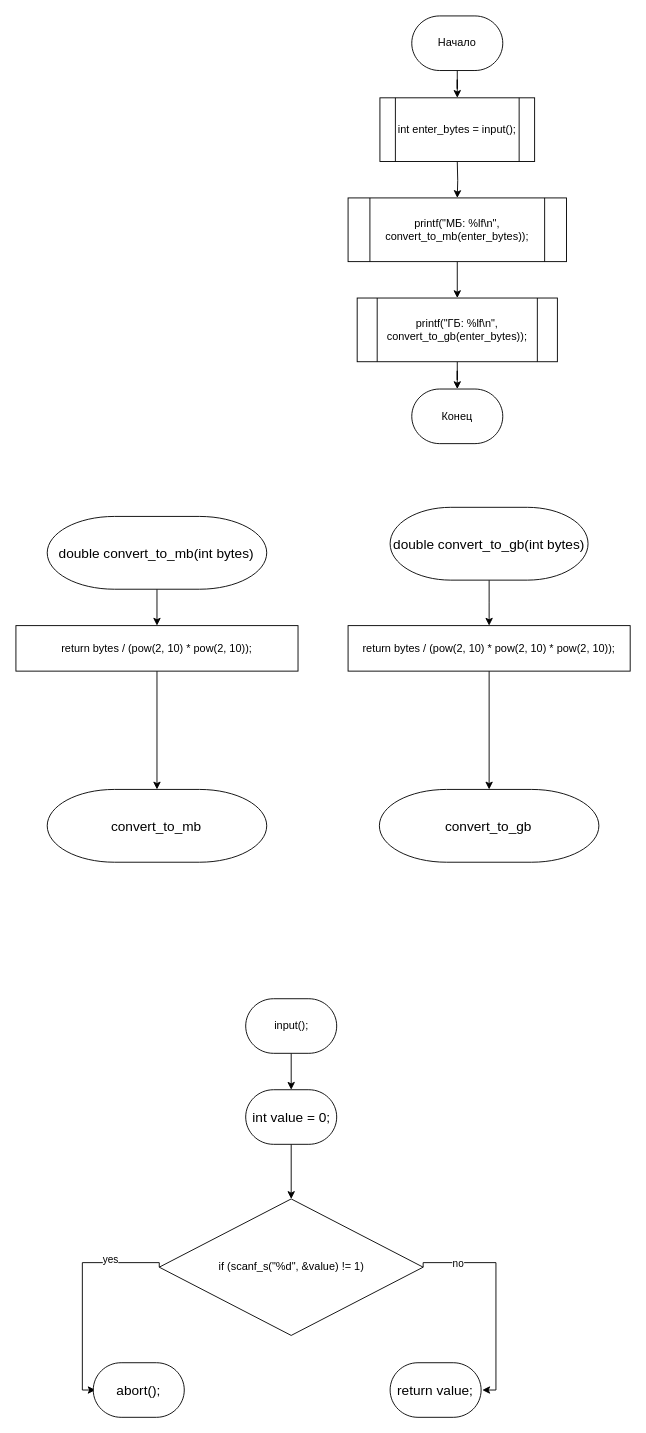
The draw.io diagram cringe 1_2.drawio in Petrino411/TasksCPP, before the edit. Source tidied: cells renumbered, new cells numbered last; positions are measured from the earlier drawing's top-left corner, leaving out a move shared by most shapes. Both pictures are drawn from the tidied source at 91%, with x=0, y=0 at pixel (15, 15).
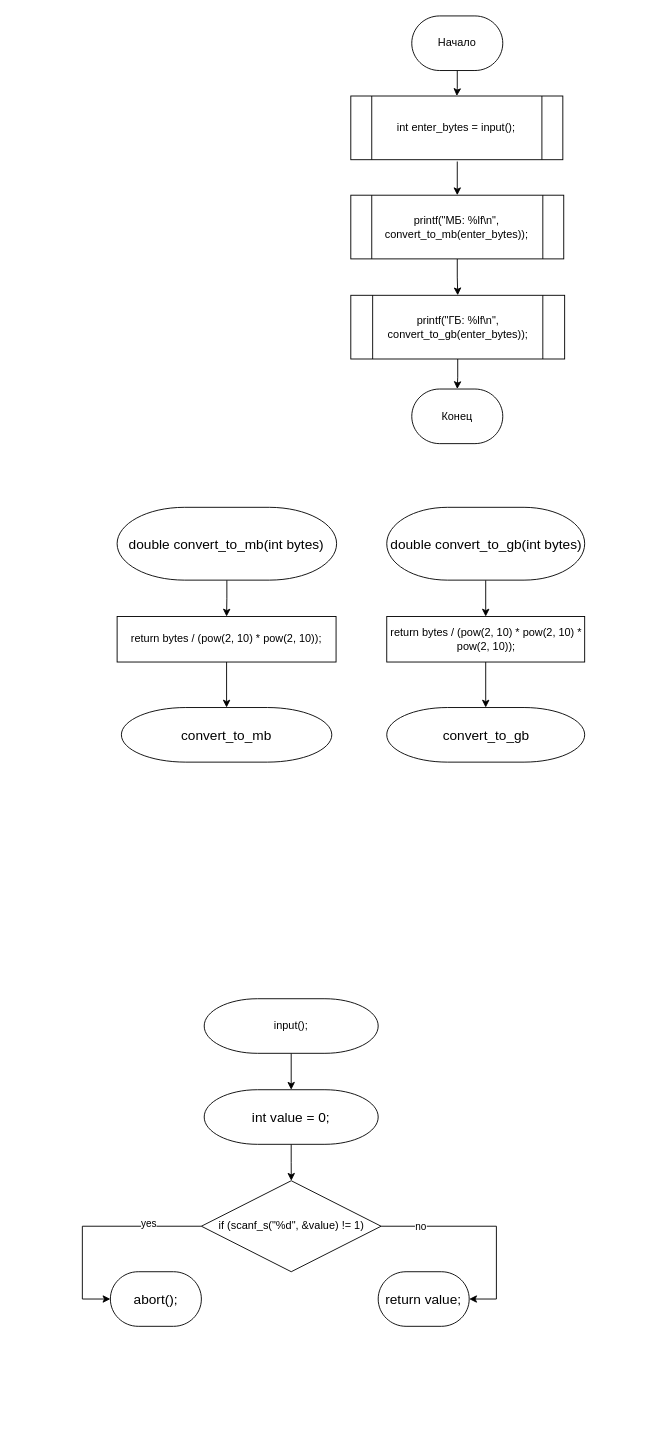
The same page after the edit.

What changed in the source:
```diff
@@
     <mxCell id="3" value="printf(&quot;МБ: %lf\n&quot;, convert_to_mb(enter_bytes));" style="shape=process;whiteSpace=wrap;html=1;backgroundOutline=1;" parent="1" vertex="1">
-      <mxGeometry x="365" y="200" width="240" height="70" as="geometry" />
+      <mxGeometry x="368" y="197" width="234" height="70" as="geometry" />
     </mxCell>
@@
     <mxCell id="5" value="printf(&quot;ГБ: %lf\n&quot;, convert_to_gb(enter_bytes));" style="shape=process;whiteSpace=wrap;html=1;backgroundOutline=1;" parent="1" vertex="1">
-      <mxGeometry x="375" y="310" width="220" height="70" as="geometry" />
+      <mxGeometry x="368" y="307" width="235" height="70" as="geometry" />
     </mxCell>
@@
     <mxCell id="8" value="&lt;div&gt;return bytes / (pow(2, 10) * pow(2, 10));&lt;br&gt;&lt;/div&gt;" style="rounded=0;whiteSpace=wrap;html=1;" parent="1" vertex="1">
-      <mxGeometry y="670" width="310" height="50" as="geometry" />
+      <mxGeometry x="111.2" y="660" width="240.6" height="50" as="geometry" />
     </mxCell>
@@
     <mxCell id="10" value="&lt;div&gt;return bytes / (pow(2, 10) * pow(2, 10) * pow(2, 10));&lt;br&gt;&lt;/div&gt;" style="rounded=0;whiteSpace=wrap;html=1;" parent="1" vertex="1">
-      <mxGeometry x="365" y="670" width="310" height="50" as="geometry" />
+      <mxGeometry x="407.5" y="660" width="217.5" height="50" as="geometry" />
     </mxCell>
-    <mxCell id="11" style="edgeStyle=orthogonalEdgeStyle;rounded=0;jettySize=auto;html=1;entryX=1;entryY=0.5;entryDx=0;entryDy=0;exitX=1;exitY=0.5;exitDx=0;exitDy=0;" parent="1" edge="1" source="15">
+    <mxCell id="11" style="edgeStyle=orthogonalEdgeStyle;rounded=0;jettySize=auto;html=1;entryX=1;entryY=0.5;entryDx=0;entryDy=0;exitX=1;exitY=0.5;exitDx=0;exitDy=0;entryPerimeter=0;" parent="1" edge="1" source="15" target="31">
       <mxGeometry relative="1" as="geometry">
-        <mxPoint x="512.5" y="1510" as="targetPoint" />
         <Array as="points">
-          <mxPoint x="447.5" y="1370" />
-          <mxPoint x="527.5" y="1370" />
-          <mxPoint x="527.5" y="1510" />
+          <mxPoint x="528" y="1330" />
+          <mxPoint x="528" y="1410" />
         </Array>
       </mxGeometry>
     </mxCell>
@@
-    <mxCell id="13" style="edgeStyle=orthogonalEdgeStyle;rounded=0;jettySize=auto;html=1;entryX=0;entryY=0.5;entryDx=0;entryDy=0;exitX=0;exitY=0.5;exitDx=0;exitDy=0;" parent="1" edge="1" source="15">
+    <mxCell id="13" style="edgeStyle=orthogonalEdgeStyle;rounded=0;jettySize=auto;html=1;entryX=0;entryY=0.5;entryDx=0;entryDy=0;exitX=0;exitY=0.5;exitDx=0;exitDy=0;entryPerimeter=0;" parent="1" edge="1" source="15" target="30">
       <mxGeometry relative="1" as="geometry">
-        <mxPoint x="87.5" y="1510" as="targetPoint" />
         <Array as="points">
-          <mxPoint x="158" y="1370" />
-          <mxPoint x="73" y="1370" />
-          <mxPoint x="73" y="1510" />
+          <mxPoint x="73" y="1330" />
+          <mxPoint x="73" y="1410" />
         </Array>
       </mxGeometry>
     </mxCell>
@@
     <mxCell id="15" value="if (scanf_s(&quot;%d&quot;, &amp;amp;value) != 1)" style="rhombus;whiteSpace=wrap;html=1;" parent="1" vertex="1">
-      <mxGeometry x="157.5" y="1300" width="290" height="150" as="geometry" />
+      <mxGeometry x="203.8" y="1280" width="197.5" height="100" as="geometry" />
     </mxCell>
     <mxCell id="16" value="int enter_bytes = input();" style="shape=process;whiteSpace=wrap;html=1;backgroundOutline=1;" parent="1" vertex="1">
-      <mxGeometry x="400" y="90" width="170" height="70" as="geometry" />
+      <mxGeometry x="368" y="88" width="233" height="70" as="geometry" />
     </mxCell>
@@
     <mxCell id="18" value="&lt;span style=&quot;font-size: 15px;&quot;&gt;double convert_to_mb(int bytes)&lt;/span&gt;" style="strokeWidth=1;html=1;shape=mxgraph.flowchart.terminator;whiteSpace=wrap;" parent="1" vertex="1">
-      <mxGeometry x="34.4" y="550" width="241.2" height="80" as="geometry" />
+      <mxGeometry x="111.2" y="540" width="241.2" height="80" as="geometry" />
     </mxCell>
@@
     <mxCell id="20" value="&lt;span style=&quot;font-size: 15px;&quot;&gt;double convert_to_gb(int bytes)&lt;/span&gt;" style="strokeWidth=1;html=1;shape=mxgraph.flowchart.terminator;whiteSpace=wrap;" parent="1" vertex="1">
-      <mxGeometry x="411.2" y="540" width="217.5" height="80" as="geometry" />
+      <mxGeometry x="407.5" y="540" width="217.5" height="80" as="geometry" />
     </mxCell>
     <mxCell id="21" value="&lt;span style=&quot;font-size: 15px;&quot;&gt;convert_to_mb&lt;/span&gt;" style="strokeWidth=1;html=1;shape=mxgraph.flowchart.terminator;whiteSpace=wrap;" parent="1" vertex="1">
-      <mxGeometry x="34.4" y="850" width="241.2" height="80" as="geometry" />
+      <mxGeometry x="115.9" y="760" width="231.2" height="60" as="geometry" />
     </mxCell>
     <mxCell id="22" value="&lt;span style=&quot;font-size: 15px;&quot;&gt;convert_to_gb&lt;/span&gt;" style="strokeWidth=1;html=1;shape=mxgraph.flowchart.terminator;whiteSpace=wrap;" parent="1" vertex="1">
-      <mxGeometry x="399.4" y="850" width="241.2" height="80" as="geometry" />
+      <mxGeometry x="407.5" y="760" width="217.5" height="60" as="geometry" />
     </mxCell>
@@
     <mxCell id="27" value="input();" style="strokeWidth=1;html=1;shape=mxgraph.flowchart.terminator;whiteSpace=wrap;" parent="1" vertex="1">
-      <mxGeometry x="252.5" y="1080" width="100" height="60" as="geometry" />
+      <mxGeometry x="206.9" y="1080" width="191.2" height="60" as="geometry" />
     </mxCell>
@@
     <mxCell id="29" value="&lt;span style=&quot;font-size: 15px;&quot;&gt;int value = 0;&lt;/span&gt;" style="strokeWidth=1;html=1;shape=mxgraph.flowchart.terminator;whiteSpace=wrap;" parent="1" vertex="1">
-      <mxGeometry x="252.5" y="1180" width="100" height="60" as="geometry" />
+      <mxGeometry x="206.9" y="1180" width="191.2" height="60" as="geometry" />
     </mxCell>
     <mxCell id="30" value="&lt;span style=&quot;font-size: 15px;&quot;&gt;abort();&lt;/span&gt;" style="strokeWidth=1;html=1;shape=mxgraph.flowchart.terminator;whiteSpace=wrap;" parent="1" vertex="1">
-      <mxGeometry x="85" y="1480" width="100" height="60" as="geometry" />
+      <mxGeometry x="103.8" y="1380" width="100" height="60" as="geometry" />
     </mxCell>
     <mxCell id="31" value="&lt;span style=&quot;font-size: 15px;&quot;&gt;return value;&lt;/span&gt;" style="strokeWidth=1;html=1;shape=mxgraph.flowchart.terminator;whiteSpace=wrap;" parent="1" vertex="1">
-      <mxGeometry x="411.2" y="1480" width="100" height="60" as="geometry" />
+      <mxGeometry x="398.1" y="1380" width="100" height="60" as="geometry" />
     </mxCell>
```
